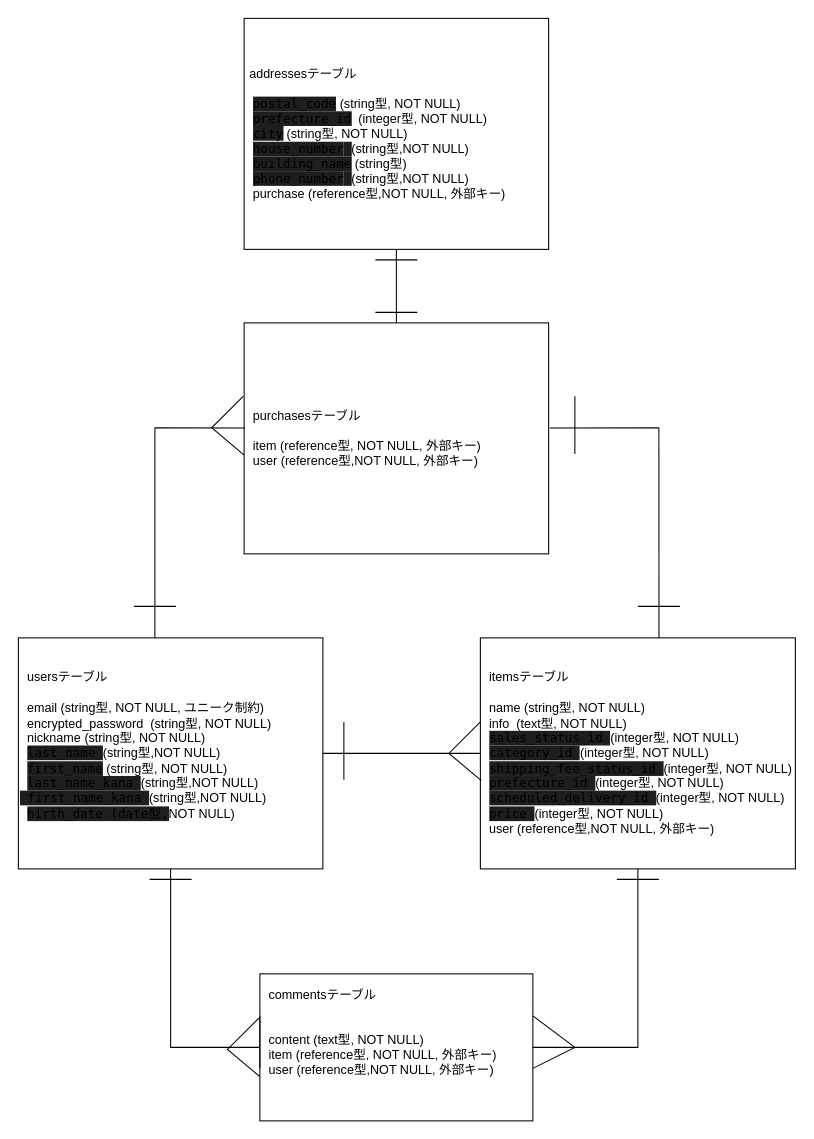
Above: ER.dio in ponta4699/furima-38652 (draw.io), before the change. Source tidied: cells renumbered, new cells numbered last; positions are measured from the earlier drawing's top-left corner, leaving out a move shared by most shapes. Both pictures are drawn from the tidied source at 105%, with x=0, y=0 at pixel (18, 18).
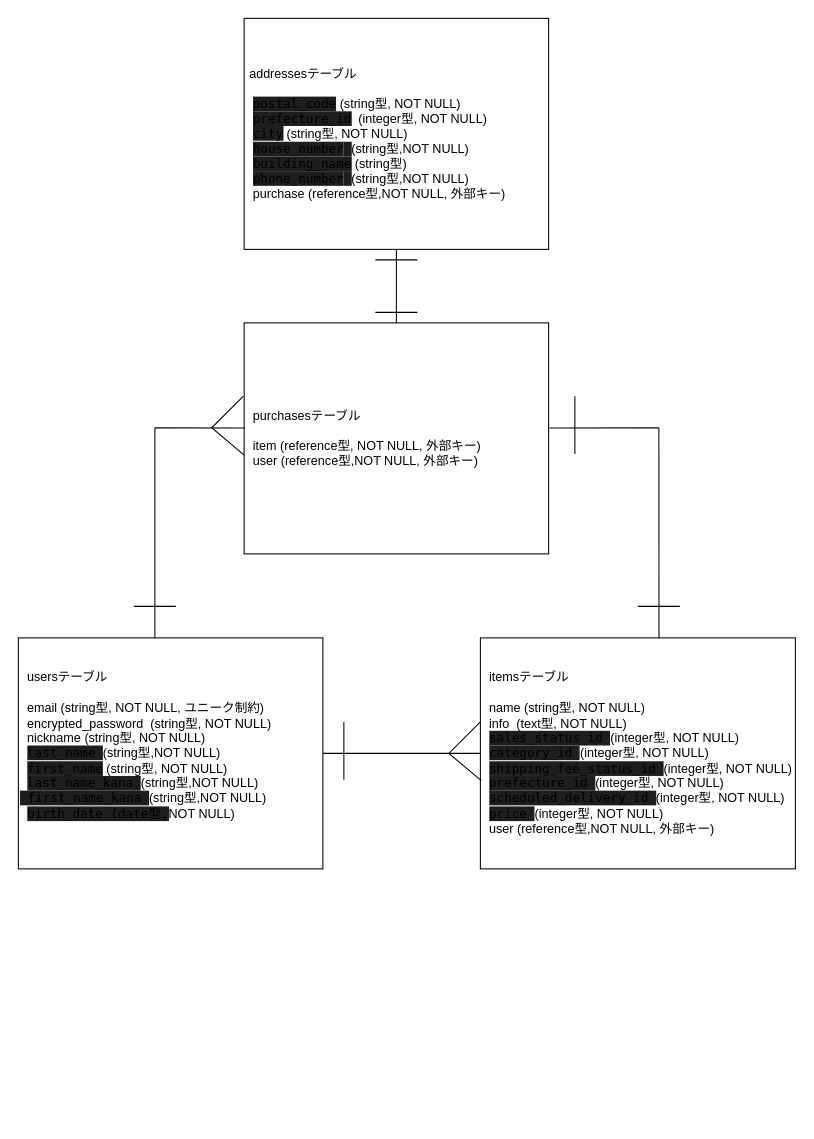
After the change.

Commit message (it also covers changes not shown here):
ER図、READMEの再修正ー６回目

The change refers to these unchanged cells:
```xml
<mxCell id="3" value="&amp;nbsp; usersテーブル&lt;br&gt;&lt;br&gt;&amp;nbsp; email (string型, NOT NULL, ユニーク制約)&lt;br&gt;&amp;nbsp; encrypted_password&amp;nbsp; (string型, NOT NULL)&lt;br&gt;&amp;nbsp; nickname (string型, NOT NULL)&lt;br&gt;&amp;nbsp;&amp;nbsp;&lt;span style=&quot;background-color: rgb(30 , 30 , 30) ; font-family: &amp;#34;menlo&amp;#34; , &amp;#34;monaco&amp;#34; , &amp;#34;courier new&amp;#34; , monospace&quot;&gt;last_name&amp;nbsp;&lt;/span&gt;&lt;span&gt;(&lt;/span&gt;string&lt;span&gt;型,NOT NULL)&lt;/span&gt;&lt;br&gt;&amp;nbsp;&amp;nbsp;&lt;span style=&quot;background-color: rgb(30 , 30 , 30) ; font-family: &amp;#34;menlo&amp;#34; , &amp;#34;monaco&amp;#34; , &amp;#34;courier new&amp;#34; , monospace&quot;&gt;first_name&lt;/span&gt;&lt;span&gt;&amp;nbsp;(&lt;/span&gt;string&lt;span&gt;型, NOT NULL)&lt;/span&gt;&lt;br&gt;&amp;nbsp;&amp;nbsp;&lt;span style=&quot;background-color: rgb(30 , 30 , 30) ; font-family: &amp;#34;menlo&amp;#34; , &amp;#34;monaco&amp;#34; , &amp;#34;courier new&amp;#34; , monospace&quot;&gt;last_name_kana&amp;nbsp;&lt;/span&gt;&lt;span&gt;(&lt;/span&gt;string&lt;span&gt;型,NOT NULL)&lt;br&gt;&lt;/span&gt;&lt;span style=&quot;background-color: rgb(30 , 30 , 30) ; font-family: &amp;#34;menlo&amp;#34; , &amp;#34;monaco&amp;#34; , &amp;#34;courier new&amp;#34; , monospace&quot;&gt;&amp;nbsp;first_name_kana&amp;nbsp;&lt;/span&gt;&lt;span&gt;(&lt;/span&gt;string&lt;span&gt;型,NOT NULL)&lt;br&gt;&lt;/span&gt;&lt;span&gt;&amp;nbsp;&amp;nbsp;&lt;/span&gt;&lt;span style=&quot;background-color: rgb(30 , 30 , 30) ; font-family: &amp;#34;menlo&amp;#34; , &amp;#34;monaco&amp;#34; , &amp;#34;courier new&amp;#34; , monospace&quot;&gt;birth_date (date型,&lt;/span&gt;NOT NULL)&lt;br&gt;&lt;span style=&quot;background-color: rgb(30 , 30 , 30) ; color: rgb(212 , 212 , 212) ; font-family: &amp;#34;menlo&amp;#34; , &amp;#34;monaco&amp;#34; , &amp;#34;courier new&amp;#34; , monospace&quot;&gt;&lt;br&gt;&lt;/span&gt;" style="whiteSpace=wrap;html=1;align=left;" parent="1" vertex="1">
  <mxGeometry y="590" width="290" height="220" as="geometry" />
</mxCell>
<mxCell id="4" value="&amp;nbsp; itemsテーブル&lt;br&gt;&lt;br&gt;&amp;nbsp; name (string型, NOT NULL)&lt;br&gt;&amp;nbsp; info&amp;nbsp; (text型, NOT NULL)&lt;br&gt;&amp;nbsp;&amp;nbsp;&lt;span style=&quot;background-color: rgb(30 , 30 , 30) ; font-family: &amp;#34;menlo&amp;#34; , &amp;#34;monaco&amp;#34; , &amp;#34;courier new&amp;#34; , monospace&quot;&gt;sales_status_id&amp;nbsp;&lt;/span&gt;(integer型, NOT NULL)&lt;br&gt;&amp;nbsp; &lt;span style=&quot;background-color: rgb(30 , 30 , 30) ; font-family: &amp;#34;menlo&amp;#34; , &amp;#34;monaco&amp;#34; , &amp;#34;courier new&amp;#34; , monospace&quot;&gt;category_id&amp;nbsp;&lt;/span&gt;&lt;span&gt;(&lt;/span&gt;integer&lt;span&gt;型, NOT NULL)&lt;/span&gt;&lt;br&gt;&amp;nbsp;&amp;nbsp;&lt;span style=&quot;background-color: rgb(30 , 30 , 30) ; font-family: &amp;#34;menlo&amp;#34; , &amp;#34;monaco&amp;#34; , &amp;#34;courier new&amp;#34; , monospace&quot;&gt;shipping_fee_status_id&amp;nbsp;&lt;/span&gt;(integer型, NOT NULL)&lt;br&gt;&amp;nbsp;&amp;nbsp;&lt;span style=&quot;background-color: rgb(30 , 30 , 30) ; font-family: &amp;#34;menlo&amp;#34; , &amp;#34;monaco&amp;#34; , &amp;#34;courier new&amp;#34; , monospace&quot;&gt;prefecture_id&amp;nbsp;&lt;/span&gt;&lt;span&gt;(integer型, NOT NULL)&lt;/span&gt;&lt;br&gt;&amp;nbsp;&amp;nbsp;&lt;span style=&quot;background-color: rgb(30 , 30 , 30) ; font-family: &amp;#34;menlo&amp;#34; , &amp;#34;monaco&amp;#34; , &amp;#34;courier new&amp;#34; , monospace&quot;&gt;scheduled_delivery_id&amp;nbsp;&lt;/span&gt;&lt;span&gt;(&lt;/span&gt;integer&lt;span&gt;型, NOT NULL)&lt;/span&gt;&lt;br&gt;&amp;nbsp;&amp;nbsp;&lt;span style=&quot;background-color: rgb(30 , 30 , 30) ; font-family: &amp;#34;menlo&amp;#34; , &amp;#34;monaco&amp;#34; , &amp;#34;courier new&amp;#34; , monospace&quot;&gt;price&amp;nbsp;&lt;/span&gt;&lt;span&gt;(integer型, NOT NULL)&lt;br&gt;&amp;nbsp;&lt;/span&gt;&amp;nbsp;user (reference型,NOT NULL, 外部キー)" style="whiteSpace=wrap;html=1;align=left;" parent="1" vertex="1">
  <mxGeometry x="440" y="590" width="300" height="220" as="geometry" />
</mxCell>
```

Diff of the diagram source:
```diff
@@
-    <mxCell id="5" value="&amp;nbsp; commentsテーブル&lt;br&gt;&lt;br&gt;&amp;nbsp;&amp;nbsp;&lt;br&gt;&amp;nbsp; content (text型, NOT NULL)&lt;br&gt;&amp;nbsp; item (reference型, NOT NULL, 外部キー)&lt;br&gt;&amp;nbsp; user (reference型,NOT NULL, 外部キー)&lt;br&gt;&amp;nbsp;&amp;nbsp;&lt;br&gt;&amp;nbsp;&amp;nbsp;" style="whiteSpace=wrap;html=1;align=left;" parent="1" vertex="1">
-      <mxGeometry x="230" y="910" width="260" height="140" as="geometry" />
-    </mxCell>
@@
-    <mxCell id="7" style="endArrow=none;html=1;fontSize=10;exitX=0.5;exitY=1;exitDx=0;exitDy=0;entryX=0;entryY=0.5;entryDx=0;entryDy=0;rounded=0;" parent="1" edge="1" source="3" target="5">
-      <mxGeometry relative="1" as="geometry">
-        <Array as="points">
-          <mxPoint x="145" y="980" />
-        </Array>
-      </mxGeometry>
-    </mxCell>
-    <mxCell id="8" style="endArrow=none;html=1;rounded=0;fontSize=10;entryX=0.5;entryY=1;entryDx=0;entryDy=0;exitX=1;exitY=0.5;exitDx=0;exitDy=0;" parent="1" edge="1" source="5" target="4">
-      <mxGeometry relative="1" as="geometry">
-        <Array as="points">
-          <mxPoint x="590" y="980" />
-        </Array>
-      </mxGeometry>
-    </mxCell>
@@
-    <mxCell id="11" style="endArrow=none;html=1;rounded=0;fontSize=10;" parent="1" edge="1">
-      <mxGeometry relative="1" as="geometry">
-        <mxPoint x="125" y="820" as="sourcePoint" />
-        <mxPoint x="165" y="820" as="targetPoint" />
-      </mxGeometry>
-    </mxCell>
-    <mxCell id="12" style="endArrow=none;html=1;rounded=0;fontSize=10;" parent="1" edge="1">
-      <mxGeometry relative="1" as="geometry">
-        <mxPoint x="570" y="820" as="sourcePoint" />
-        <mxPoint x="610" y="820" as="targetPoint" />
-      </mxGeometry>
-    </mxCell>
-    <mxCell id="13" style="endArrow=none;html=1;rounded=0;fontSize=10;exitX=-0.008;exitY=0.643;exitDx=0;exitDy=0;exitPerimeter=0;" parent="1" edge="1">
-      <mxGeometry relative="1" as="geometry">
-        <mxPoint x="230" y="1000" as="sourcePoint" />
-        <mxPoint x="230" y="950" as="targetPoint" />
-      </mxGeometry>
-    </mxCell>
-    <mxCell id="14" style="endArrow=none;html=1;rounded=0;fontSize=10;exitX=-0.008;exitY=0.643;exitDx=0;exitDy=0;exitPerimeter=0;" parent="1" edge="1">
-      <mxGeometry relative="1" as="geometry">
-        <mxPoint x="490" y="1000" as="sourcePoint" />
-        <mxPoint x="490" y="950" as="targetPoint" />
-        <Array as="points">
-          <mxPoint x="530" y="980" />
-        </Array>
-      </mxGeometry>
-    </mxCell>
-    <mxCell id="15" style="endArrow=none;html=1;rounded=0;fontSize=10;entryX=0;entryY=0.364;entryDx=0;entryDy=0;entryPerimeter=0;exitX=0.003;exitY=0.618;exitDx=0;exitDy=0;exitPerimeter=0;" parent="1" edge="1">
-      <mxGeometry relative="1" as="geometry">
-        <mxPoint x="230" y="1007.9" as="sourcePoint" />
-        <mxPoint x="229.1" y="952.1" as="targetPoint" />
-        <Array as="points">
-          <mxPoint x="199.1" y="982" />
-        </Array>
-      </mxGeometry>
-    </mxCell>
```
